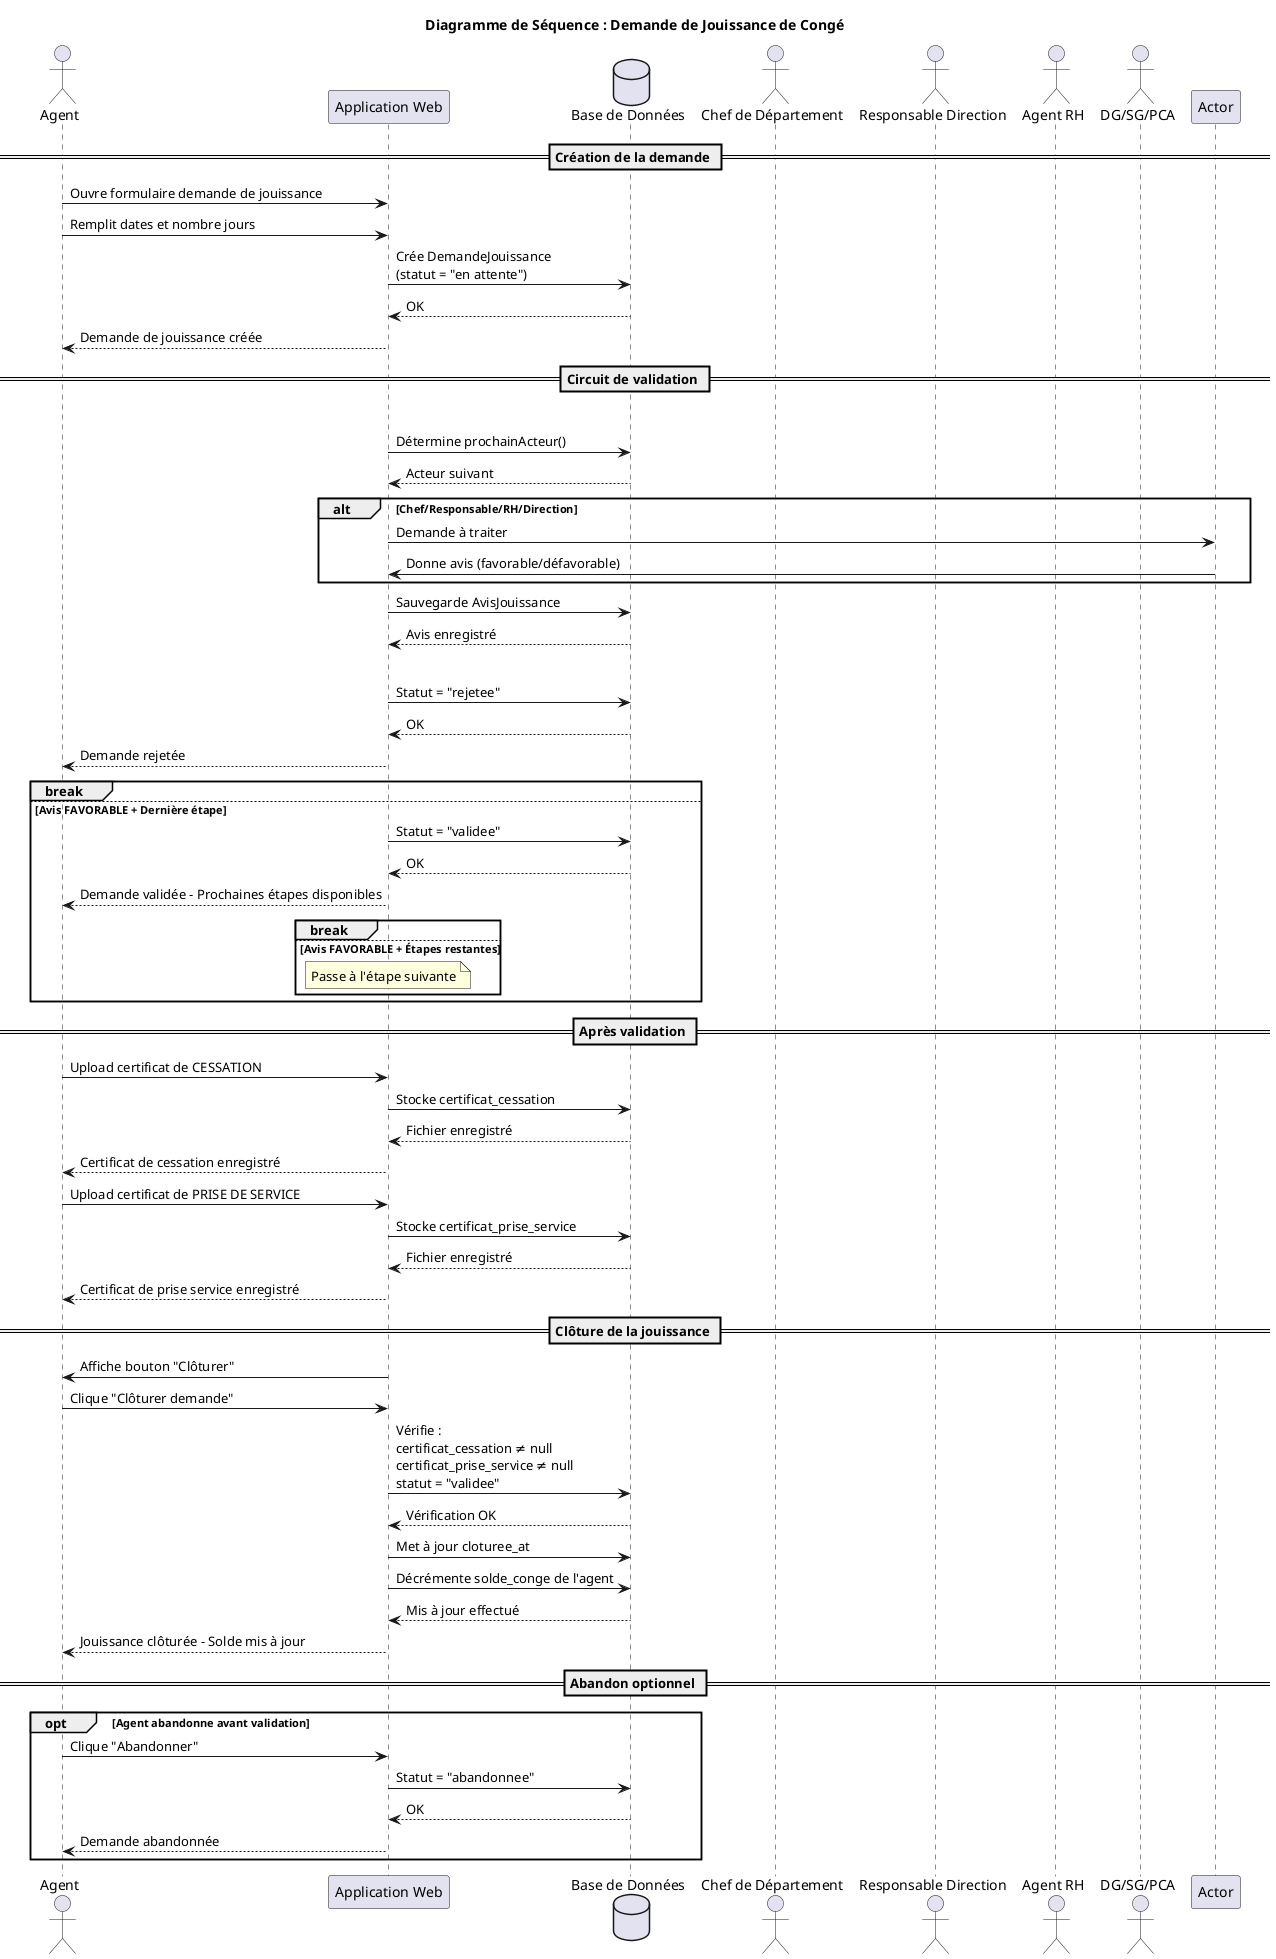
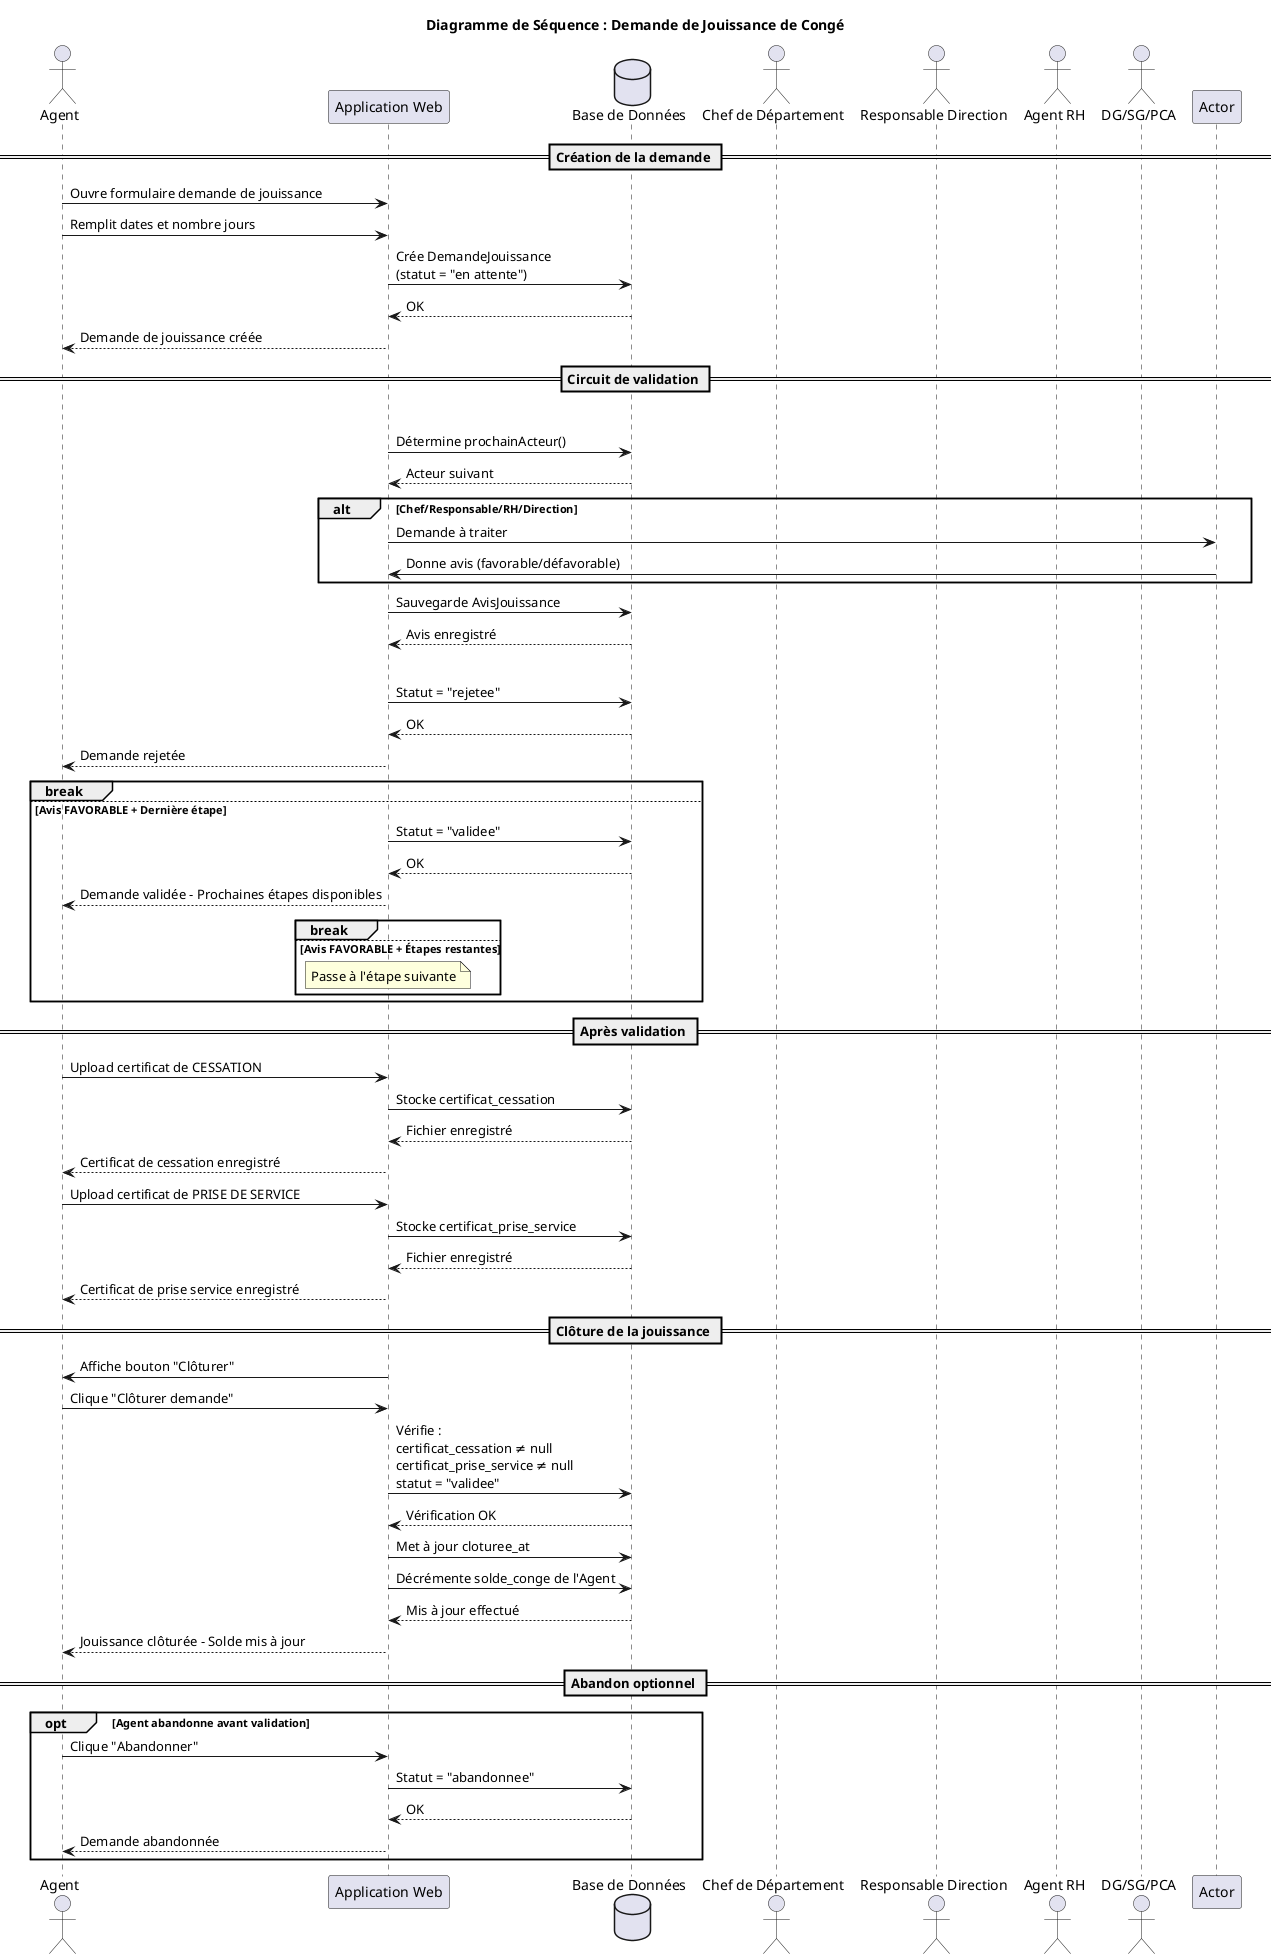
@startuml Sequence_Demande_Jouissance
title Diagramme de Séquence : Demande de Jouissance de Congé

actor Agent
participant "Application Web" as App
database "Base de Données" as DB
actor "Chef de Département" as Chef
actor "Responsable Direction" as RespDir
actor "Agent RH" as RH
actor "DG/SG/PCA" as Direction

== Création de la demande ==
Agent -> App: Ouvre formulaire demande de jouissance
Agent -> App: Remplit dates et nombre jours
App -> DB: Crée DemandeJouissance\n(statut = "en attente")
DB --> App: OK
App --> Agent: Demande de jouissance créée

== Circuit de validation ==
loop Pour chaque acteur du circuit
    App -> DB: Détermine prochainActeur()
    DB --> App: Acteur suivant

    alt Chef/Responsable/RH/Direction
        App -> Actor: Demande à traiter
        Actor -> App: Donne avis (favorable/défavorable)
    end

    App -> DB: Sauvegarde AvisJouissance
    DB --> App: Avis enregistré

    alt Avis DÉFAVORABLE
        App -> DB: Statut = "rejetee"
        DB --> App: OK
        App --> Agent: Demande rejetée
        break
    else Avis FAVORABLE + Dernière étape
        App -> DB: Statut = "validee"
        DB --> App: OK
        App --> Agent: Demande validée - Prochaines étapes disponibles
        break
    else Avis FAVORABLE + Étapes restantes
        note over App: Passe à l'étape suivante
    end
end

== Après validation ==
Agent -> App: Upload certificat de CESSATION
App -> DB: Stocke certificat_cessation
DB --> App: Fichier enregistré
App --> Agent: Certificat de cessation enregistré

Agent -> App: Upload certificat de PRISE DE SERVICE
App -> DB: Stocke certificat_prise_service
DB --> App: Fichier enregistré
App --> Agent: Certificat de prise service enregistré

== Clôture de la jouissance ==
App -> Agent: Affiche bouton "Clôturer"
Agent -> App: Clique "Clôturer demande"
App -> DB: Vérifie :\ncertificat_cessation ≠ null\ncertificat_prise_service ≠ null\nstatut = "validee"
DB --> App: Vérification OK
App -> DB: Met à jour cloturee_at
- App -> DB: Décrémente solde_conge de l'agent
+ App -> DB: Décrémente solde_conge de l'Agent
DB --> App: Mis à jour effectué
App --> Agent: Jouissance clôturée - Solde mis à jour

== Abandon optionnel ==
opt Agent abandonne avant validation
    Agent -> App: Clique "Abandonner"
    App -> DB: Statut = "abandonnee"
    DB --> App: OK
    App --> Agent: Demande abandonnée
end

@enduml